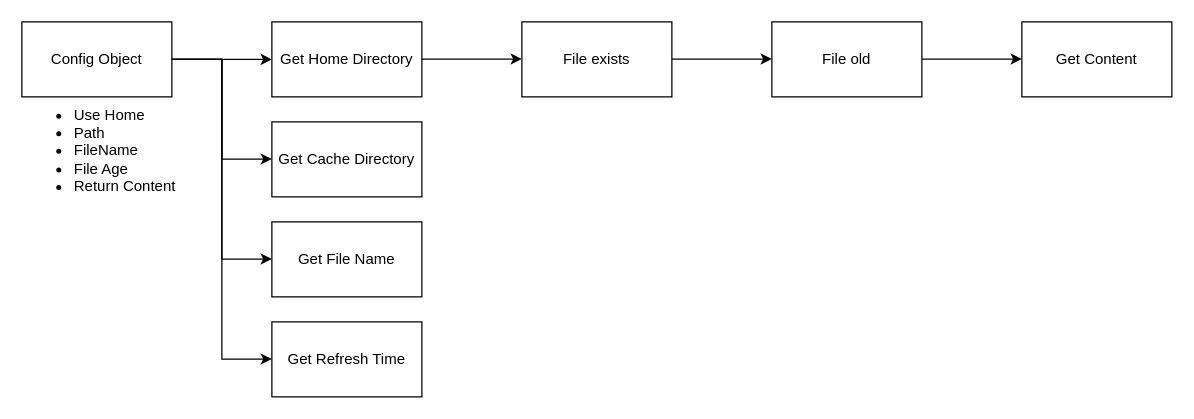
samuelshiels/Caching keeps this draw.io diagram as Caching.drawio. Above is the earlier version. Source tidied: cells renumbered, new cells numbered last; positions are measured from the earlier drawing's top-left corner, leaving out a move shared by most shapes. Both pictures are drawn from the tidied source at 125%, with x=0, y=0 at pixel (21, 21).
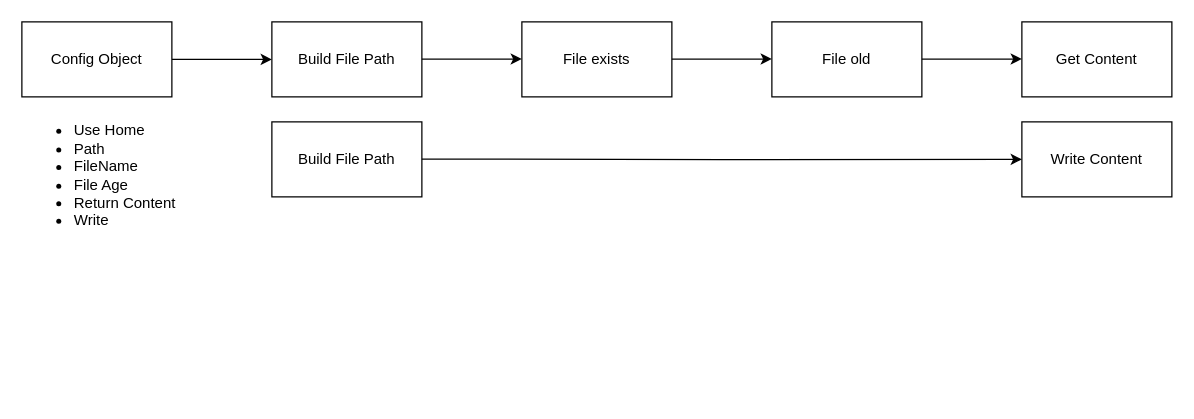
After the change.

The change refers to these unchanged cells:
```xml
<mxCell id="3" value="Config Object" style="rounded=0;whiteSpace=wrap;html=1;" parent="1" vertex="1">
  <mxGeometry width="120" height="60" as="geometry" />
</mxCell>
```

Change to the diagram source:
```diff
@@
-    <mxCell id="4" value="Get Home Directory" style="rounded=0;whiteSpace=wrap;html=1;" parent="1" vertex="1">
+    <mxCell id="4" value="Build File Path" style="rounded=0;whiteSpace=wrap;html=1;" parent="1" vertex="1">
       <mxGeometry x="200" width="120" height="60" as="geometry" />
     </mxCell>
-    <mxCell id="5" value="Get Cache Directory" style="rounded=0;whiteSpace=wrap;html=1;" parent="1" vertex="1">
-      <mxGeometry x="200" y="80" width="120" height="60" as="geometry" />
-    </mxCell>
-    <mxCell id="6" value="Get File Name" style="rounded=0;whiteSpace=wrap;html=1;" parent="1" vertex="1">
-      <mxGeometry x="200" y="160" width="120" height="60" as="geometry" />
-    </mxCell>
-    <mxCell id="7" value="Get Refresh Time" style="rounded=0;whiteSpace=wrap;html=1;" parent="1" vertex="1">
-      <mxGeometry x="200" y="240" width="120" height="60" as="geometry" />
-    </mxCell>
-    <mxCell id="8" style="edgeStyle=orthogonalEdgeStyle;rounded=0;jettySize=auto;html=1;exitX=1;exitY=0.5;exitDx=0;exitDy=0;" parent="1" edge="1" source="3">
-      <mxGeometry relative="1" as="geometry">
-        <mxPoint x="200" y="109.7" as="targetPoint" />
-        <Array as="points">
-          <mxPoint x="160" y="30" />
-          <mxPoint x="160" y="110" />
-        </Array>
-      </mxGeometry>
-    </mxCell>
-    <mxCell id="9" style="edgeStyle=orthogonalEdgeStyle;rounded=0;jettySize=auto;html=1;exitX=1;exitY=0.5;exitDx=0;exitDy=0;" parent="1" edge="1" source="3">
-      <mxGeometry relative="1" as="geometry">
-        <mxPoint x="200" y="189.7" as="targetPoint" />
-        <Array as="points">
-          <mxPoint x="160" y="30" />
-          <mxPoint x="160" y="190" />
-        </Array>
-      </mxGeometry>
-    </mxCell>
-    <mxCell id="10" style="edgeStyle=orthogonalEdgeStyle;rounded=0;jettySize=auto;html=1;exitX=1;exitY=0.5;exitDx=0;exitDy=0;" parent="1" edge="1" source="3">
-      <mxGeometry relative="1" as="geometry">
-        <mxPoint x="200" y="269.7" as="targetPoint" />
-        <Array as="points">
-          <mxPoint x="160" y="30" />
-          <mxPoint x="160" y="270" />
-        </Array>
-      </mxGeometry>
-    </mxCell>
@@
-    <mxCell id="17" value="&lt;div align=&quot;left&quot;&gt;&lt;ul&gt;&lt;li&gt;Use Home&lt;/li&gt;&lt;li&gt;Path&lt;/li&gt;&lt;li&gt;FileName&lt;/li&gt;&lt;li&gt;File Age&lt;/li&gt;&lt;li&gt;&lt;div&gt;Return Content&lt;br&gt;&lt;/div&gt;&lt;/li&gt;&lt;/ul&gt;&lt;/div&gt;" style="text;html=1;strokeColor=none;fillColor=none;align=left;verticalAlign=middle;whiteSpace=wrap;rounded=0;" parent="1" vertex="1">
-      <mxGeometry y="60" width="140" height="85" as="geometry" />
+    <mxCell id="17" value="&lt;div align=&quot;left&quot;&gt;&lt;ul&gt;&lt;li&gt;Use Home&lt;/li&gt;&lt;li&gt;Path&lt;/li&gt;&lt;li&gt;FileName&lt;/li&gt;&lt;li&gt;File Age&lt;/li&gt;&lt;li&gt;&lt;div&gt;Return Content&lt;br&gt;&lt;/div&gt;&lt;/li&gt;&lt;li&gt;Write&lt;/li&gt;&lt;/ul&gt;&lt;/div&gt;" style="text;html=1;strokeColor=none;fillColor=none;align=left;verticalAlign=middle;whiteSpace=wrap;rounded=0;" parent="1" vertex="1">
+      <mxGeometry y="80" width="140" height="85" as="geometry" />
     </mxCell>
+    <mxCell id="18" value="Build File Path" style="rounded=0;whiteSpace=wrap;html=1;" parent="1" vertex="1">
+      <mxGeometry x="200" y="80" width="120" height="60" as="geometry" />
+    </mxCell>
+    <mxCell id="19" value="Write Content" style="rounded=0;whiteSpace=wrap;html=1;" parent="1" vertex="1">
+      <mxGeometry x="800" y="80" width="120" height="60" as="geometry" />
+    </mxCell>
+    <mxCell id="20" style="edgeStyle=orthogonalEdgeStyle;rounded=0;jettySize=auto;html=1;entryX=0;entryY=0.5;entryDx=0;entryDy=0;" parent="1" edge="1" target="19">
+      <mxGeometry relative="1" as="geometry">
+        <mxPoint x="320" y="109.7" as="sourcePoint" />
+      </mxGeometry>
+    </mxCell>
```
